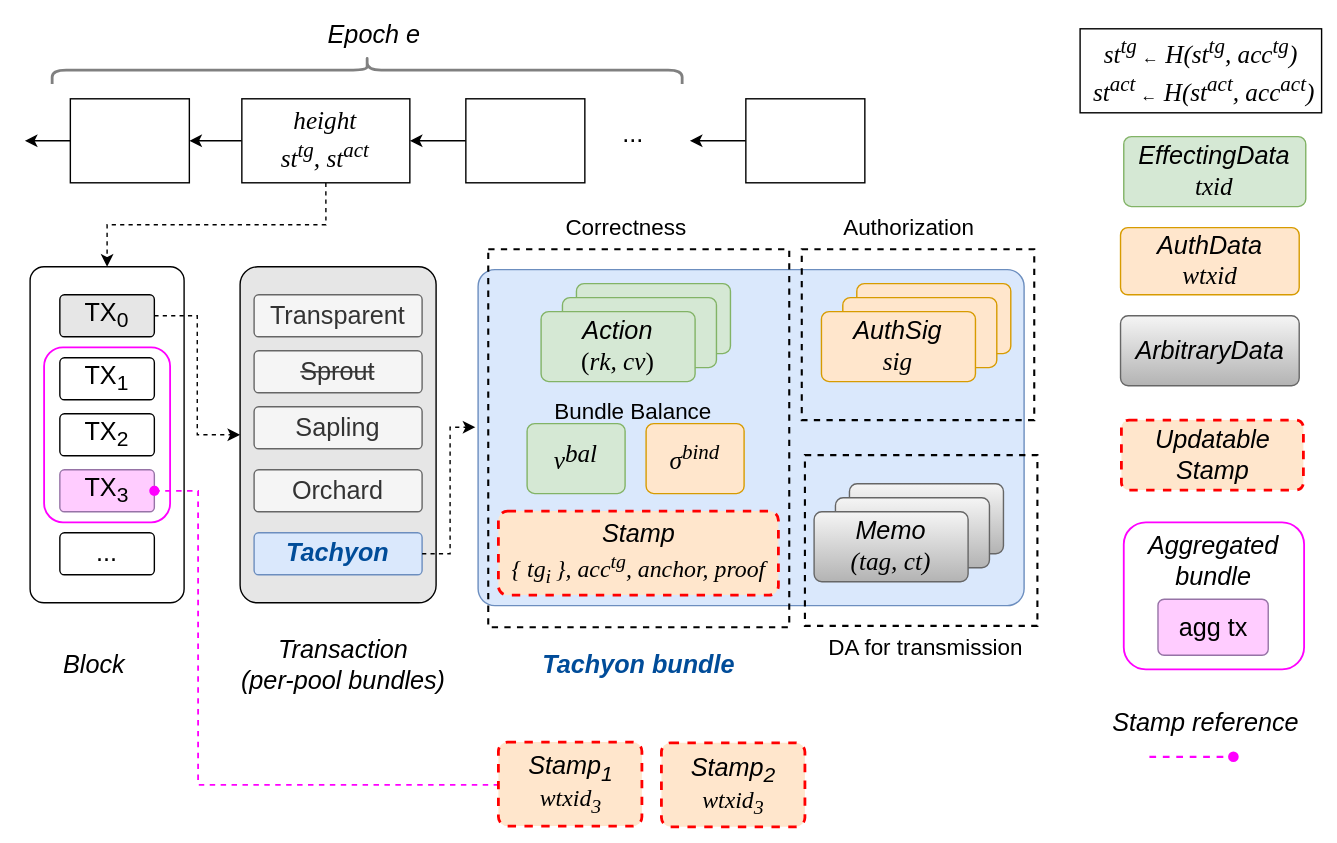
This is book/src/assets/tachyon_tx.svg from alxiong/tachyon, a draw.io export, as it was before one commit. Source tidied: cells renumbered, new cells last; positions are measured from the earlier drawing's top-left corner, leaving out a move shared by most shapes.
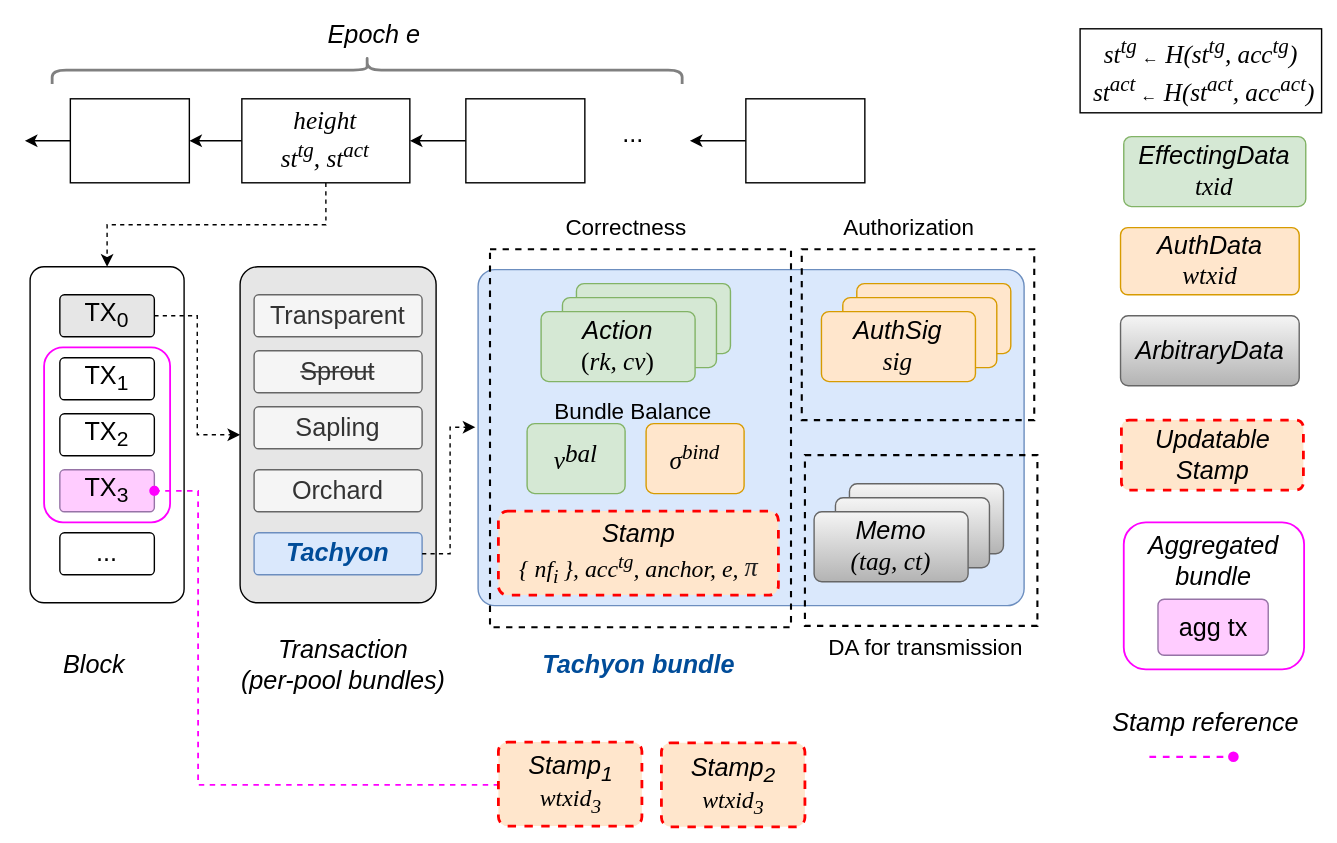
Above is the later version.

Diff of the diagram source:
```diff
@@ -96,35 +96,35 @@
     <mxCell id="31" style="rounded=1;whiteSpace=wrap;html=1;arcSize=11;fillColor=#d5e8d4;strokeColor=#82b366;" parent="1" vertex="1">
       <mxGeometry x="384.2" y="387" width="110" height="50" as="geometry" />
     </mxCell>
-    <mxCell id="32" value="&lt;span style=&quot;font-size: 18px;&quot;&gt;&lt;i&gt;Action&lt;/i&gt;&lt;br&gt;&lt;font face=&quot;Garamond&quot;&gt;(&lt;i style=&quot;&quot;&gt;rk, cv&lt;/i&gt;)&lt;/font&gt;&lt;/span&gt;" style="rounded=1;whiteSpace=wrap;html=1;arcSize=11;fillColor=#d5e8d4;strokeColor=#82b366;" parent="1" vertex="1">
-      <mxGeometry x="369" y="397" width="110" height="50" as="geometry" />
+    <mxCell id="32" style="rounded=0;whiteSpace=wrap;html=1;fillColor=none;strokeWidth=1.5;dashed=1;" parent="1" vertex="1">
+      <mxGeometry x="333" y="353" width="215" height="270" as="geometry" />
     </mxCell>
-    <mxCell id="33" style="rounded=1;whiteSpace=wrap;html=1;arcSize=11;fillColor=#ffe6cc;strokeColor=#d79b00;" parent="1" vertex="1">
-      <mxGeometry x="594.5" y="377" width="110" height="50" as="geometry" />
+    <mxCell id="33" value="&lt;span style=&quot;font-size: 18px;&quot;&gt;&lt;i&gt;Action&lt;/i&gt;&lt;br&gt;&lt;font face=&quot;Garamond&quot;&gt;(&lt;i style=&quot;&quot;&gt;rk, cv&lt;/i&gt;)&lt;/font&gt;&lt;/span&gt;" style="rounded=1;whiteSpace=wrap;html=1;arcSize=11;fillColor=#d5e8d4;strokeColor=#82b366;" parent="1" vertex="1">
+      <mxGeometry x="369" y="397" width="110" height="50" as="geometry" />
     </mxCell>
     <mxCell id="34" style="rounded=1;whiteSpace=wrap;html=1;arcSize=11;fillColor=#ffe6cc;strokeColor=#d79b00;" parent="1" vertex="1">
-      <mxGeometry x="584.5" y="387" width="110" height="50" as="geometry" />
+      <mxGeometry x="594.5" y="377" width="110" height="50" as="geometry" />
     </mxCell>
-    <mxCell id="35" value="&lt;span style=&quot;font-size: 18px;&quot;&gt;&lt;i&gt;AuthSig&lt;/i&gt;&lt;br&gt;&lt;i style=&quot;&quot;&gt;&lt;font face=&quot;Garamond&quot;&gt;sig&lt;/font&gt;&lt;/i&gt;&lt;/span&gt;" style="rounded=1;whiteSpace=wrap;html=1;arcSize=11;fillColor=#ffe6cc;strokeColor=#d79b00;" parent="1" vertex="1">
-      <mxGeometry x="569.2" y="397" width="110" height="50" as="geometry" />
+    <mxCell id="35" style="rounded=1;whiteSpace=wrap;html=1;arcSize=11;fillColor=#ffe6cc;strokeColor=#d79b00;" parent="1" vertex="1">
+      <mxGeometry x="584.5" y="387" width="110" height="50" as="geometry" />
     </mxCell>
-    <mxCell id="36" value="&lt;font face=&quot;Garamond&quot;&gt;&lt;i style=&quot;&quot;&gt;&lt;span style=&quot;font-size: 18px;&quot;&gt;σ&lt;sup style=&quot;&quot;&gt;bind&lt;/sup&gt;&lt;/span&gt;&lt;/i&gt;&lt;/font&gt;" style="rounded=1;whiteSpace=wrap;html=1;arcSize=11;fillColor=#ffe6cc;strokeColor=#d79b00;" parent="1" vertex="1">
-      <mxGeometry x="444" y="477" width="70" height="50" as="geometry" />
+    <mxCell id="36" value="&lt;span style=&quot;font-size: 18px;&quot;&gt;&lt;i&gt;AuthSig&lt;/i&gt;&lt;br&gt;&lt;i style=&quot;&quot;&gt;&lt;font face=&quot;Garamond&quot;&gt;sig&lt;/font&gt;&lt;/i&gt;&lt;/span&gt;" style="rounded=1;whiteSpace=wrap;html=1;arcSize=11;fillColor=#ffe6cc;strokeColor=#d79b00;" parent="1" vertex="1">
+      <mxGeometry x="569.2" y="397" width="110" height="50" as="geometry" />
     </mxCell>
-    <mxCell id="37" value="&lt;i style=&quot;font-size: 18px;&quot;&gt;Stamp&lt;/i&gt;&lt;br&gt;&lt;i style=&quot;&quot;&gt;&lt;font face=&quot;Garamond&quot;&gt;&lt;font style=&quot;font-size: 17px;&quot;&gt;{ tg&lt;sub style=&quot;&quot;&gt;i&amp;nbsp;&lt;/sub&gt;}, acc&lt;sup style=&quot;&quot;&gt;tg&lt;/sup&gt;&lt;/font&gt;&lt;span style=&quot;font-size: 17px;&quot;&gt;, anchor, proof&lt;/span&gt;&lt;/font&gt;&lt;/i&gt;" style="rounded=1;whiteSpace=wrap;html=1;arcSize=11;fillColor=#ffe6cc;strokeColor=#FF0000;dashed=1;strokeWidth=2;" parent="1" vertex="1">
-      <mxGeometry x="339" y="540" width="200" height="60" as="geometry" />
+    <mxCell id="37" value="&lt;font face=&quot;Garamond&quot;&gt;&lt;i style=&quot;&quot;&gt;&lt;span style=&quot;font-size: 18px;&quot;&gt;σ&lt;sup style=&quot;&quot;&gt;bind&lt;/sup&gt;&lt;/span&gt;&lt;/i&gt;&lt;/font&gt;" style="rounded=1;whiteSpace=wrap;html=1;arcSize=11;fillColor=#ffe6cc;strokeColor=#d79b00;" parent="1" vertex="1">
+      <mxGeometry x="444" y="477" width="70" height="50" as="geometry" />
     </mxCell>
-    <mxCell id="38" value="&lt;font style=&quot;font-size: 18px; color: rgb(0, 76, 153);&quot;&gt;&lt;i style=&quot;&quot;&gt;&lt;b&gt;Tachyon bundle&lt;/b&gt;&lt;/i&gt;&lt;/font&gt;" style="text;html=1;whiteSpace=wrap;strokeColor=none;fillColor=none;align=center;verticalAlign=middle;rounded=0;" parent="1" vertex="1">
-      <mxGeometry x="359" y="635" width="160" height="30" as="geometry" />
+    <mxCell id="38" value="&lt;i style=&quot;font-size: 18px;&quot;&gt;Stamp&lt;/i&gt;&lt;br&gt;&lt;i style=&quot;&quot;&gt;&lt;font face=&quot;Garamond&quot;&gt;&lt;font style=&quot;font-size: 17px;&quot;&gt;{ nf&lt;sub style=&quot;&quot;&gt;i&amp;nbsp;&lt;/sub&gt;}, acc&lt;sup style=&quot;&quot;&gt;tg&lt;/sup&gt;&lt;/font&gt;&lt;span style=&quot;font-size: 17px;&quot;&gt;, anchor, e,&amp;nbsp;&lt;/span&gt;&lt;/font&gt;&lt;/i&gt;&lt;span style=&quot;color: rgb(32, 33, 34); font-family: &amp;quot;Nimbus Roman No9 L&amp;quot;, &amp;quot;Times New Roman&amp;quot;, Times, serif; font-size: 18.88px; font-style: italic; text-align: start; white-space: nowrap;&quot;&gt;π&lt;/span&gt;" style="rounded=1;whiteSpace=wrap;html=1;arcSize=11;fillColor=#ffe6cc;strokeColor=#FF0000;dashed=1;strokeWidth=2;" parent="1" vertex="1">
+      <mxGeometry x="339" y="540" width="200" height="60" as="geometry" />
     </mxCell>
-    <mxCell id="39" value="&lt;span style=&quot;font-size: 18px;&quot;&gt;&lt;i&gt;EffectingData&lt;/i&gt;&lt;/span&gt;&lt;div&gt;&lt;span style=&quot;font-size: 18px;&quot;&gt;&lt;i&gt;&lt;font face=&quot;Garamond&quot;&gt;txid&lt;/font&gt;&lt;/i&gt;&lt;br&gt;&lt;/span&gt;&lt;/div&gt;" style="rounded=1;whiteSpace=wrap;html=1;arcSize=11;fillColor=#d5e8d4;strokeColor=#82b366;" parent="1" vertex="1">
-      <mxGeometry x="785.2" y="272" width="130" height="50" as="geometry" />
+    <mxCell id="39" value="&lt;font style=&quot;font-size: 18px; color: rgb(0, 76, 153);&quot;&gt;&lt;i style=&quot;&quot;&gt;&lt;b&gt;Tachyon bundle&lt;/b&gt;&lt;/i&gt;&lt;/font&gt;" style="text;html=1;whiteSpace=wrap;strokeColor=none;fillColor=none;align=center;verticalAlign=middle;rounded=0;" parent="1" vertex="1">
+      <mxGeometry x="359" y="635" width="160" height="30" as="geometry" />
     </mxCell>
-    <mxCell id="40" value="&lt;span style=&quot;font-size: 18px;&quot;&gt;&lt;i&gt;AuthData&lt;/i&gt;&lt;br&gt;&lt;i style=&quot;&quot;&gt;&lt;font face=&quot;Garamond&quot;&gt;wtxid&lt;/font&gt;&lt;/i&gt;&lt;/span&gt;" style="rounded=1;whiteSpace=wrap;html=1;arcSize=11;fillColor=#ffe6cc;strokeColor=#d79b00;" parent="1" vertex="1">
-      <mxGeometry x="782.9" y="337" width="127.6" height="48" as="geometry" />
+    <mxCell id="40" value="&lt;span style=&quot;font-size: 18px;&quot;&gt;&lt;i&gt;EffectingData&lt;/i&gt;&lt;/span&gt;&lt;div&gt;&lt;span style=&quot;font-size: 18px;&quot;&gt;&lt;i&gt;&lt;font face=&quot;Garamond&quot;&gt;txid&lt;/font&gt;&lt;/i&gt;&lt;br&gt;&lt;/span&gt;&lt;/div&gt;" style="rounded=1;whiteSpace=wrap;html=1;arcSize=11;fillColor=#d5e8d4;strokeColor=#82b366;" parent="1" vertex="1">
+      <mxGeometry x="785.2" y="272" width="130" height="50" as="geometry" />
     </mxCell>
-    <mxCell id="41" style="rounded=0;whiteSpace=wrap;html=1;fillColor=none;strokeWidth=1.5;dashed=1;" parent="1" vertex="1">
-      <mxGeometry x="331.8" y="353" width="215" height="270" as="geometry" />
+    <mxCell id="41" value="&lt;span style=&quot;font-size: 18px;&quot;&gt;&lt;i&gt;AuthData&lt;/i&gt;&lt;br&gt;&lt;i style=&quot;&quot;&gt;&lt;font face=&quot;Garamond&quot;&gt;wtxid&lt;/font&gt;&lt;/i&gt;&lt;/span&gt;" style="rounded=1;whiteSpace=wrap;html=1;arcSize=11;fillColor=#ffe6cc;strokeColor=#d79b00;" parent="1" vertex="1">
+      <mxGeometry x="782.9" y="337" width="127.6" height="48" as="geometry" />
     </mxCell>
     <mxCell id="42" value="&lt;div&gt;&lt;font style=&quot;font-size: 18px;&quot; face=&quot;Garamond&quot;&gt;&lt;i&gt;st&lt;sup style=&quot;&quot;&gt;tg&amp;nbsp;&lt;/sup&gt;&lt;/i&gt;&lt;/font&gt;&lt;span style=&quot;background-color: transparent; color: light-dark(rgb(0, 0, 0), rgb(255, 255, 255));&quot;&gt;←&lt;/span&gt;&lt;i style=&quot;background-color: transparent; color: light-dark(rgb(0, 0, 0), rgb(255, 255, 255)); font-size: 18px; font-family: Garamond;&quot;&gt;&amp;nbsp;H(st&lt;sup&gt;tg&lt;/sup&gt;, acc&lt;sup&gt;tg&lt;/sup&gt;)&lt;br&gt;&amp;nbsp;&lt;/i&gt;&lt;font face=&quot;Garamond&quot; style=&quot;background-color: transparent; color: light-dark(rgb(0, 0, 0), rgb(255, 255, 255)); font-size: 18px;&quot;&gt;&lt;i&gt;st&lt;sup&gt;act&amp;nbsp;&lt;/sup&gt;&lt;/i&gt;&lt;/font&gt;&lt;span style=&quot;background-color: transparent; color: light-dark(rgb(0, 0, 0), rgb(255, 255, 255));&quot;&gt;←&lt;/span&gt;&lt;i style=&quot;background-color: transparent; color: light-dark(rgb(0, 0, 0), rgb(255, 255, 255)); font-size: 18px; font-family: Garamond;&quot;&gt; H(st&lt;sup&gt;act&lt;/sup&gt;, acc&lt;sup&gt;act&lt;/sup&gt;)&lt;/i&gt;&lt;/div&gt;" style="rounded=0;whiteSpace=wrap;html=1;" parent="1" vertex="1">
       <mxGeometry x="754" y="195" width="172.5" height="60" as="geometry" />
```
